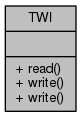
Above: Arduino-TWI/df/d24/classTWI__coll__graph.png in mikaelpatel/mikaelpatel.github.io (Graphviz), before the change. Its source is kept beside it as Arduino-TWI/df/d24/classTWI__coll__graph.dot. Its diagram source:
```dot
digraph "TWI"
{
  edge [fontname="Helvetica",fontsize="10",labelfontname="Helvetica",labelfontsize="10"];
  node [fontname="Helvetica",fontsize="10",shape=record];
  Node1 [label="{TWI\n||+ read()\l+ write()\l+ write()\l}",height=0.2,width=0.4,color="black", fillcolor="grey75", style="filled", fontcolor="black"];
}
```
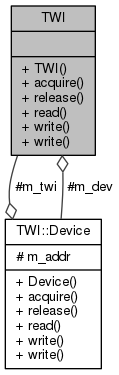
After the change.

Diff of the diagram source:
```diff
@@ -2,5 +2,8 @@
 {
   edge [fontname="Helvetica",fontsize="10",labelfontname="Helvetica",labelfontsize="10"];
   node [fontname="Helvetica",fontsize="10",shape=record];
-  Node1 [label="{TWI\n||+ read()\l+ write()\l+ write()\l}",height=0.2,width=0.4,color="black", fillcolor="grey75", style="filled", fontcolor="black"];
+  Node1 [label="{TWI\n||+ TWI()\l+ acquire()\l+ release()\l+ read()\l+ write()\l+ write()\l}",height=0.2,width=0.4,color="black", fillcolor="grey75", style="filled", fontcolor="black"];
+  Node2 -> Node1 [color="grey25",fontsize="10",style="solid",label=" #m_dev" ,arrowhead="odiamond",fontname="Helvetica"];
+  Node2 [label="{TWI::Device\n|# m_addr\l|+ Device()\l+ acquire()\l+ release()\l+ read()\l+ write()\l+ write()\l}",height=0.2,width=0.4,color="black", fillcolor="white", style="filled",URL="$d4/d2d/classTWI_1_1Device.html"];
+  Node1 -> Node2 [color="grey25",fontsize="10",style="solid",label=" #m_twi" ,arrowhead="odiamond",fontname="Helvetica"];
 }
```
